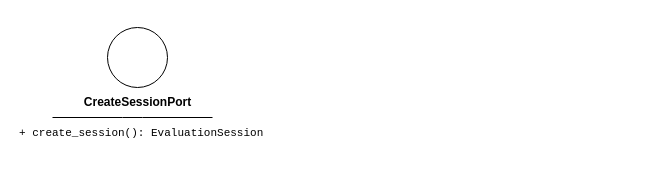
This is src/PB/DocumentazioneEsterna/Specifica_Tecnica/content/uml/puml/Diagrammi_classi/Backend/Port/CreateSessionPort.drawio from GroupRubberDuck/Documentazione, a draw.io file, before an edit. Source tidied: cells renumbered, new cells numbered last; positions are measured from the earlier drawing's top-left corner, leaving out a move shared by most shapes. Both pictures are drawn from the tidied source at 100%, with x=0, y=0 at pixel (17, 27).
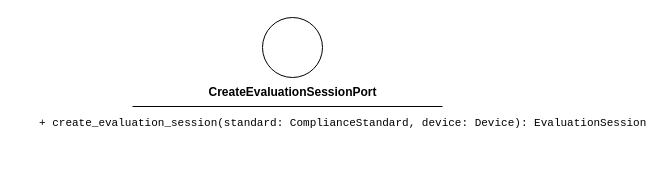
Above is the later version.

Change to the diagram source:
```diff
@@
-<mxGraphModel>
+<mxGraphModel background="light-dark(#FFFFFF,#FFFFFF)">
   <root>
     <mxCell id="0" />
     <mxCell id="1" parent="0" />
-    <mxCell id="2" style="ellipse;whiteSpace=wrap;html=1;" parent="1" vertex="1">
-      <mxGeometry x="90" width="60" height="60" as="geometry" />
+    <mxCell id="2" style="ellipse;whiteSpace=wrap;html=1;fillColor=light-dark(#FFFFFF,#FFFFFF);strokeColor=light-dark(#000000,#000000);" parent="1" vertex="1">
+      <mxGeometry x="245" y="-10" width="60" height="60" as="geometry" />
     </mxCell>
-    <mxCell id="3" style="endArrow=none;html=1;" parent="1" edge="1">
-      <mxGeometry relative="1" as="geometry">
-        <mxPoint x="35" y="90" as="sourcePoint" />
-        <mxPoint x="195" y="90" as="targetPoint" />
-        <Array as="points">
-          <mxPoint x="115" y="90" />
-        </Array>
-      </mxGeometry>
-    </mxCell>
-    <mxCell id="4" value="&lt;b&gt;CreateSessionPort&lt;/b&gt;" style="text;html=1;align=center;verticalAlign=middle;strokeColor=none;fillColor=none;" parent="1" vertex="1">
-      <mxGeometry x="55" y="60" width="130" height="30" as="geometry" />
+    <mxCell id="4" value="&lt;b&gt;CreateEvaluationSessionPort&lt;/b&gt;" style="text;html=1;align=center;verticalAlign=middle;strokeColor=none;fillColor=none;fontColor=light-dark(#000000,#000000);" parent="1" vertex="1">
+      <mxGeometry x="180" y="50" width="190" height="30" as="geometry" />
     </mxCell>
-    <mxCell id="5" value="&lt;div style=&quot;font-family: Consolas, &amp;quot;Courier New&amp;quot;, monospace; font-weight: normal; line-height: 19px; white-space: pre;&quot;&gt;&lt;div style=&quot;&quot;&gt;&lt;font style=&quot;color: rgb(0, 0, 0); background-color: rgb(255, 255, 255); font-size: 11px;&quot;&gt;+ create_session(): EvaluationSession&lt;/font&gt;&lt;/div&gt;&lt;/div&gt;" style="text;whiteSpace=wrap;html=1;" parent="1" vertex="1">
-      <mxGeometry y="90" width="320" height="40" as="geometry" />
+    <mxCell id="5" value="&lt;div style=&quot;font-family: Consolas, &amp;quot;Courier New&amp;quot;, monospace; font-weight: normal; line-height: 19px; white-space: pre;&quot;&gt;&lt;div style=&quot;&quot;&gt;&lt;font style=&quot;font-size: 11px; color: light-dark(rgb(0, 0, 0), rgb(0, 0, 0)); background-color: light-dark(rgb(255, 255, 255), rgb(255, 255, 255));&quot;&gt;+ create_evaluation_session(standard: ComplianceStandard, device: Device): EvaluationSession&lt;/font&gt;&lt;/div&gt;&lt;/div&gt;" style="text;whiteSpace=wrap;html=1;" parent="1" vertex="1">
+      <mxGeometry x="20" y="80" width="320" height="40" as="geometry" />
     </mxCell>
+    <mxCell id="6" style="endArrow=none;html=1;rounded=0;fontColor=light-dark(#000000,#000000);labelBackgroundColor=light-dark(#000000,#000000);strokeColor=light-dark(#000000,#000000);" parent="1" edge="1">
+      <mxGeometry relative="1" as="geometry">
+        <mxPoint x="115" y="79" as="sourcePoint" />
+        <mxPoint x="425" y="79" as="targetPoint" />
+      </mxGeometry>
+    </mxCell>
   </root>
 </mxGraphModel>
```
